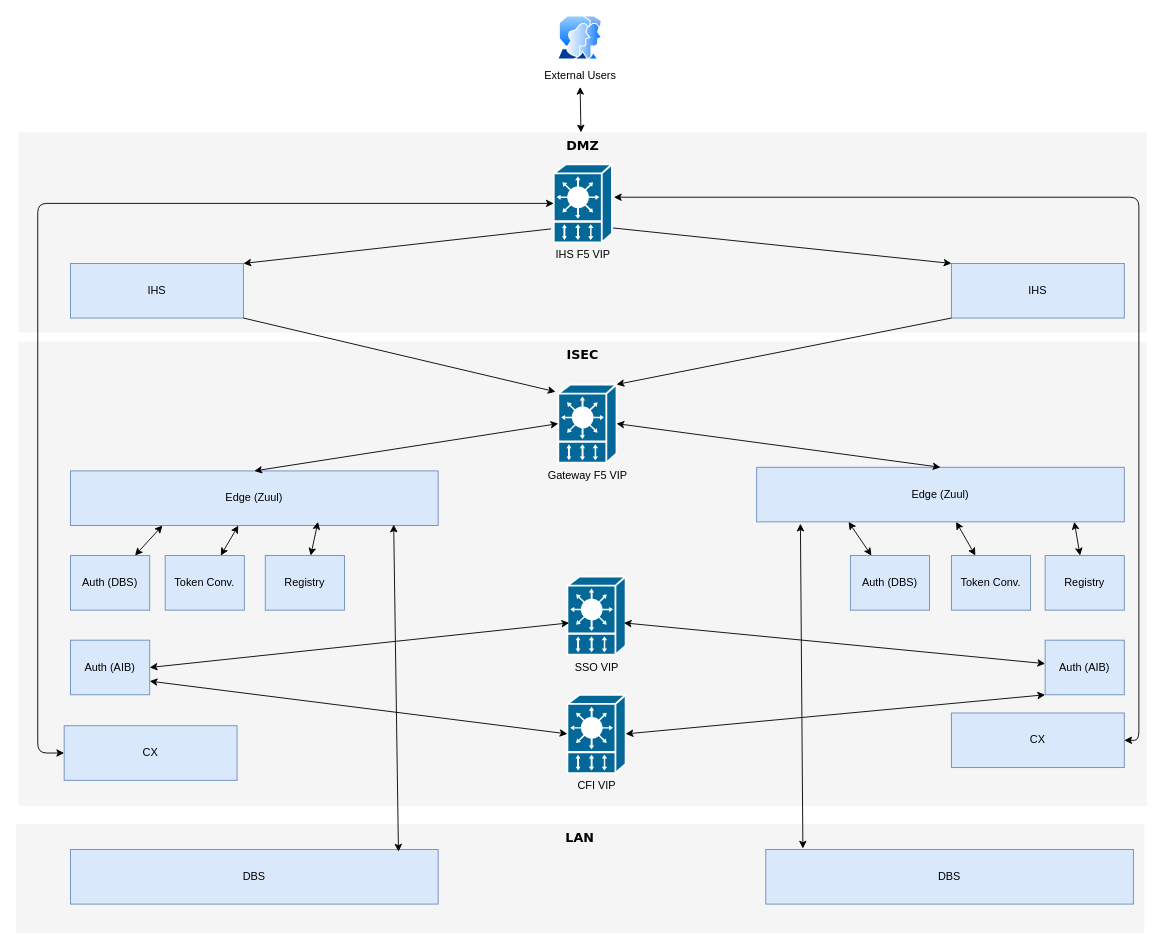
Earlier version of the draw.io diagram src/main/resources/topology.drawio (hughrossdublin/cardsproxy). Source tidied: cells renumbered, new cells numbered last; positions are measured from the earlier drawing's top-left corner, leaving out a move shared by most shapes. Both pictures are drawn from the tidied source at 91%, with x=0, y=0 at pixel (15, 15).
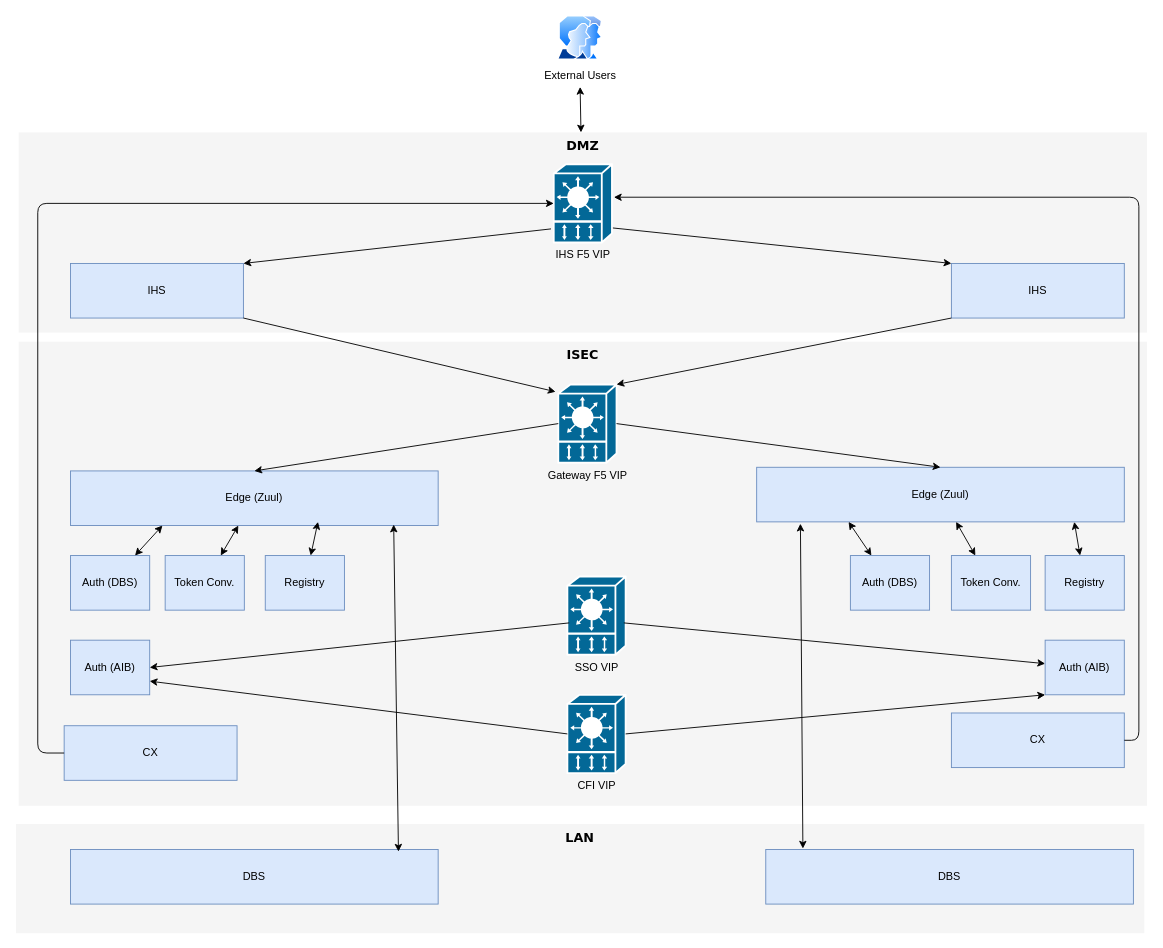
After the change.

Unchanged cells that the change refers to:
```xml
<mxCell id="4" value="IHS F5 VIP" style="shape=mxgraph.cisco.misc.vip;html=1;dashed=0;fillColor=#036897;strokeColor=#ffffff;strokeWidth=2;verticalLabelPosition=bottom;verticalAlign=top;" parent="1" vertex="1">
  <mxGeometry x="591" y="163" width="64" height="86" as="geometry" />
</mxCell>
<mxCell id="9" value="Edge (Zuul)" style="rounded=0;whiteSpace=wrap;html=1;strokeColor=#6c8ebf;fillColor=#dae8fc;" parent="1" vertex="1">
  <mxGeometry x="60" y="500" width="404" height="60" as="geometry" />
</mxCell>
<mxCell id="10" value="Edge (Zuul)" style="rounded=0;whiteSpace=wrap;html=1;strokeColor=#6c8ebf;fillColor=#dae8fc;" parent="1" vertex="1">
  <mxGeometry x="814" y="496" width="404" height="60" as="geometry" />
</mxCell>
<mxCell id="11" value="Gateway F5 VIP" style="shape=mxgraph.cisco.misc.vip;html=1;dashed=0;fillColor=#036897;strokeColor=#ffffff;strokeWidth=2;verticalLabelPosition=bottom;verticalAlign=top;" parent="1" vertex="1">
  <mxGeometry x="596" y="405" width="64" height="86" as="geometry" />
</mxCell>
<mxCell id="12" value="CX" style="rounded=0;whiteSpace=wrap;html=1;fillColor=#dae8fc;strokeColor=#6c8ebf;" parent="1" vertex="1">
  <mxGeometry x="53" y="780" width="190" height="60" as="geometry" />
</mxCell>
<mxCell id="13" value="CX" style="rounded=0;whiteSpace=wrap;html=1;fillColor=#dae8fc;strokeColor=#6c8ebf;" parent="1" vertex="1">
  <mxGeometry x="1028" y="766" width="190" height="60" as="geometry" />
</mxCell>
<mxCell id="16" value="SSO VIP" style="shape=mxgraph.cisco.misc.vip;html=1;dashed=0;fillColor=#036897;strokeColor=#ffffff;strokeWidth=2;verticalLabelPosition=bottom;verticalAlign=top;" parent="1" vertex="1">
  <mxGeometry x="606" y="616" width="64" height="86" as="geometry" />
</mxCell>
<mxCell id="33" value="Auth (AIB)" style="rounded=0;whiteSpace=wrap;html=1;fillColor=#dae8fc;strokeColor=#6c8ebf;" parent="1" vertex="1">
  <mxGeometry x="1131" y="686" width="87" height="60" as="geometry" />
</mxCell>
<mxCell id="34" value="Auth (AIB)" style="rounded=0;whiteSpace=wrap;html=1;fillColor=#dae8fc;strokeColor=#6c8ebf;" parent="1" vertex="1">
  <mxGeometry x="60" y="686" width="87" height="60" as="geometry" />
</mxCell>
<mxCell id="37" value="CFI VIP" style="shape=mxgraph.cisco.misc.vip;html=1;dashed=0;fillColor=#036897;strokeColor=#ffffff;strokeWidth=2;verticalLabelPosition=bottom;verticalAlign=top;" parent="1" vertex="1">
  <mxGeometry x="606" y="746" width="64" height="86" as="geometry" />
</mxCell>
```

Change to the diagram source:
```diff
@@
-    <mxCell id="21" style="endArrow=classic;startArrow=classic;html=1;entryX=0;entryY=0.5;entryDx=0;entryDy=0;entryPerimeter=0;exitX=0.5;exitY=0;exitDx=0;exitDy=0;" parent="1" edge="1" source="9" target="11">
+    <mxCell id="21" style="endArrow=none;startArrow=classic;html=1;entryX=0;entryY=0.5;entryDx=0;entryDy=0;entryPerimeter=0;exitX=0.5;exitY=0;exitDx=0;exitDy=0;endFill=0;startFill=1;" parent="1" edge="1" source="9" target="11">
       <mxGeometry relative="1" as="geometry" />
     </mxCell>
-    <mxCell id="22" style="endArrow=classic;startArrow=classic;html=1;entryX=1;entryY=0.5;entryDx=0;entryDy=0;entryPerimeter=0;exitX=0.5;exitY=0;exitDx=0;exitDy=0;" parent="1" edge="1" source="10" target="11">
+    <mxCell id="22" style="endArrow=none;startArrow=classic;html=1;entryX=1;entryY=0.5;entryDx=0;entryDy=0;entryPerimeter=0;exitX=0.5;exitY=0;exitDx=0;exitDy=0;endFill=0;startFill=1;" parent="1" edge="1" source="10" target="11">
       <mxGeometry relative="1" as="geometry" />
     </mxCell>
@@
-    <mxCell id="35" style="endArrow=classic;startArrow=classic;html=1;exitX=1;exitY=0.5;exitDx=0;exitDy=0;entryX=0.031;entryY=0.593;entryDx=0;entryDy=0;entryPerimeter=0;" parent="1" edge="1" source="34" target="16">
+    <mxCell id="35" style="endArrow=none;startArrow=classic;html=1;exitX=1;exitY=0.5;exitDx=0;exitDy=0;entryX=0.031;entryY=0.593;entryDx=0;entryDy=0;entryPerimeter=0;startFill=1;endFill=0;" parent="1" edge="1" source="34" target="16">
       <mxGeometry relative="1" as="geometry" />
     </mxCell>
-    <mxCell id="36" style="endArrow=classic;startArrow=classic;html=1;exitX=0.969;exitY=0.593;exitDx=0;exitDy=0;exitPerimeter=0;" parent="1" edge="1" source="16" target="33">
+    <mxCell id="36" style="endArrow=classic;startArrow=none;html=1;exitX=0.969;exitY=0.593;exitDx=0;exitDy=0;exitPerimeter=0;startFill=0;" parent="1" edge="1" source="16" target="33">
       <mxGeometry relative="1" as="geometry" />
     </mxCell>
@@
-    <mxCell id="38" style="endArrow=classic;startArrow=classic;html=1;exitX=0;exitY=0.5;exitDx=0;exitDy=0;edgeStyle=orthogonalEdgeStyle;entryX=0;entryY=0.5;entryDx=0;entryDy=0;entryPerimeter=0;" parent="1" edge="1" source="12" target="4">
+    <mxCell id="38" style="endArrow=classic;startArrow=none;html=1;exitX=0;exitY=0.5;exitDx=0;exitDy=0;edgeStyle=orthogonalEdgeStyle;entryX=0;entryY=0.5;entryDx=0;entryDy=0;entryPerimeter=0;startFill=0;" parent="1" edge="1" source="12" target="4">
       <mxGeometry relative="1" as="geometry">
         <Array as="points">
           <mxPoint x="24" y="810" />
           <mxPoint x="24" y="206" />
         </Array>
       </mxGeometry>
     </mxCell>
-    <mxCell id="39" style="endArrow=classic;startArrow=classic;html=1;exitX=1;exitY=0.5;exitDx=0;exitDy=0;entryX=1.033;entryY=0.421;entryDx=0;entryDy=0;entryPerimeter=0;edgeStyle=elbowEdgeStyle;" parent="1" edge="1" source="13" target="4">
+    <mxCell id="39" style="endArrow=classic;startArrow=none;html=1;exitX=1;exitY=0.5;exitDx=0;exitDy=0;entryX=1.033;entryY=0.421;entryDx=0;entryDy=0;entryPerimeter=0;edgeStyle=elbowEdgeStyle;startFill=0;" parent="1" edge="1" source="13" target="4">
       <mxGeometry relative="1" as="geometry">
         <Array as="points">
           <mxPoint x="1234" y="618" />
         </Array>
       </mxGeometry>
     </mxCell>
-    <mxCell id="40" style="endArrow=classic;startArrow=classic;html=1;exitX=1;exitY=0.75;exitDx=0;exitDy=0;entryX=0;entryY=0.5;entryDx=0;entryDy=0;entryPerimeter=0;" parent="1" edge="1" source="34" target="37">
+    <mxCell id="40" style="endArrow=none;startArrow=classic;html=1;exitX=1;exitY=0.75;exitDx=0;exitDy=0;entryX=0;entryY=0.5;entryDx=0;entryDy=0;entryPerimeter=0;endFill=0;" parent="1" edge="1" source="34" target="37">
       <mxGeometry relative="1" as="geometry" />
     </mxCell>
@@
-    <mxCell id="43" style="endArrow=classic;startArrow=classic;html=1;entryX=0;entryY=1;entryDx=0;entryDy=0;exitX=1;exitY=0.5;exitDx=0;exitDy=0;exitPerimeter=0;" parent="1" edge="1" source="37" target="33">
+    <mxCell id="43" style="endArrow=classic;startArrow=none;html=1;entryX=0;entryY=1;entryDx=0;entryDy=0;exitX=1;exitY=0.5;exitDx=0;exitDy=0;exitPerimeter=0;startFill=0;" parent="1" edge="1" source="37" target="33">
       <mxGeometry relative="1" as="geometry" />
     </mxCell>
```
